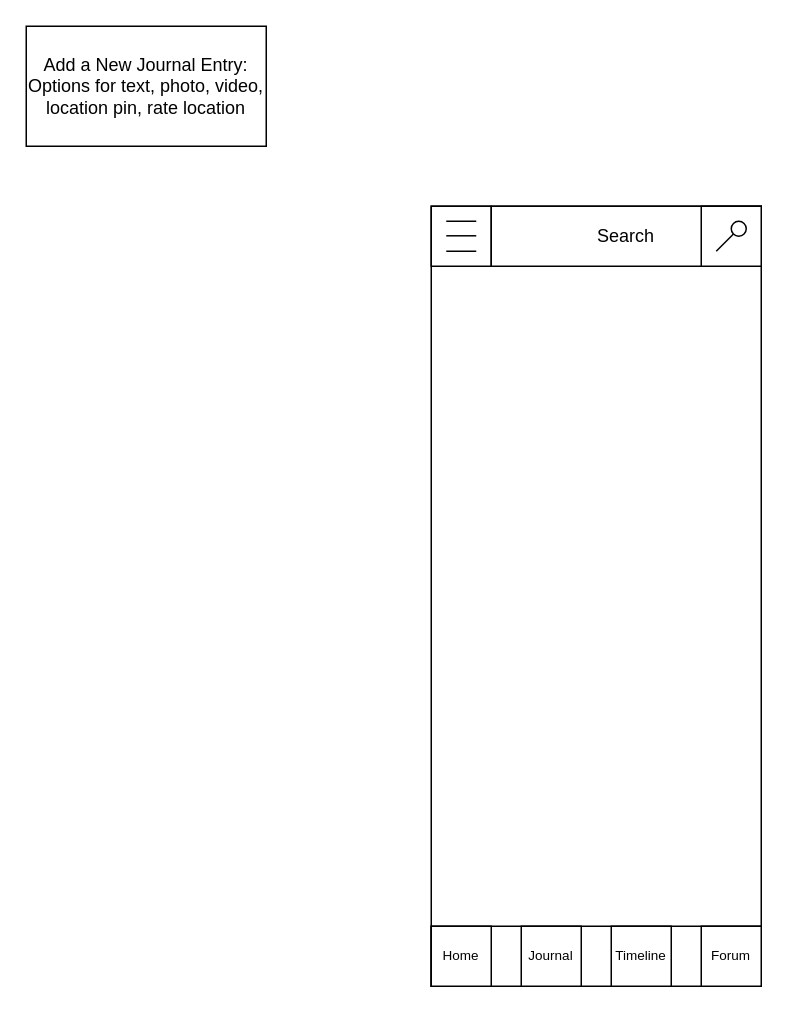
The draw.io diagram page "AddJournalEntry" (6 of 15) of Chronicle_Initial_App_Wireframe_Designs.drawio in Vaibhav-G-Parmar/Chronicle-Your-Ultimate-Travel-Companion, before the edit. Source tidied: cells renumbered, new cells numbered last; positions are measured from the earlier drawing's top-left corner, leaving out a move shared by most shapes. Both pictures are drawn from the tidied source at 150%, with x=0, y=0 at pixel (26, 26).
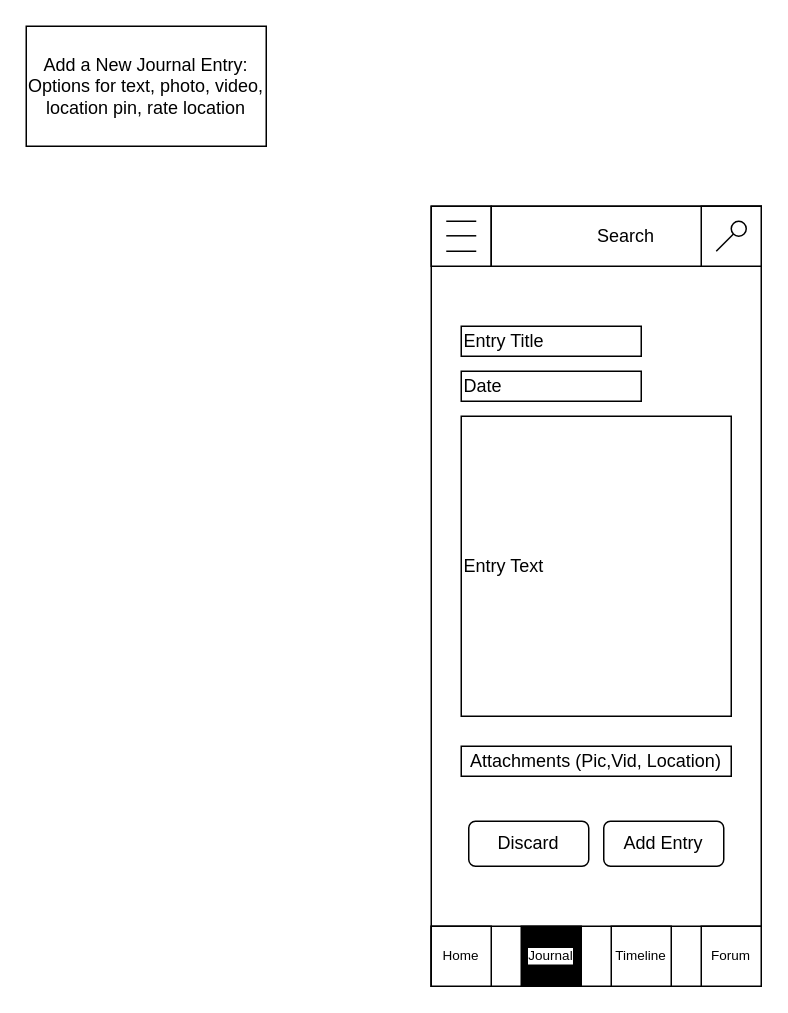
The same page after the edit.

What changed in the source:
```diff
@@
-    <mxCell id="7" value="Journal" style="rounded=0;whiteSpace=wrap;html=1;fontSize=9;" parent="1" vertex="1">
+    <mxCell id="7" value="Journal" style="rounded=0;whiteSpace=wrap;html=1;fontSize=9;labelBackgroundColor=default;fillColor=#000000;" parent="1" vertex="1">
       <mxGeometry x="330" y="600" width="40" height="40" as="geometry" />
     </mxCell>
@@
+    <mxCell id="17" value="Entry Text" style="rounded=0;whiteSpace=wrap;html=1;align=left;" parent="1" vertex="1">
+      <mxGeometry x="290" y="260" width="180" height="200" as="geometry" />
+    </mxCell>
+    <mxCell id="18" value="Entry Title" style="rounded=0;whiteSpace=wrap;html=1;align=left;" parent="1" vertex="1">
+      <mxGeometry x="290" y="200" width="120" height="20" as="geometry" />
+    </mxCell>
+    <mxCell id="19" value="Attachments (Pic,Vid, Location)" style="rounded=0;whiteSpace=wrap;html=1;" parent="1" vertex="1">
+      <mxGeometry x="290" y="480" width="180" height="20" as="geometry" />
+    </mxCell>
+    <mxCell id="20" value="Add Entry" style="rounded=1;whiteSpace=wrap;html=1;" parent="1" vertex="1">
+      <mxGeometry x="385" y="530" width="80" height="30" as="geometry" />
+    </mxCell>
+    <mxCell id="21" value="Discard" style="rounded=1;whiteSpace=wrap;html=1;" parent="1" vertex="1">
+      <mxGeometry x="295" y="530" width="80" height="30" as="geometry" />
+    </mxCell>
+    <mxCell id="22" value="Date" style="rounded=0;whiteSpace=wrap;html=1;align=left;" parent="1" vertex="1">
+      <mxGeometry x="290" y="230" width="120" height="20" as="geometry" />
+    </mxCell>
```
